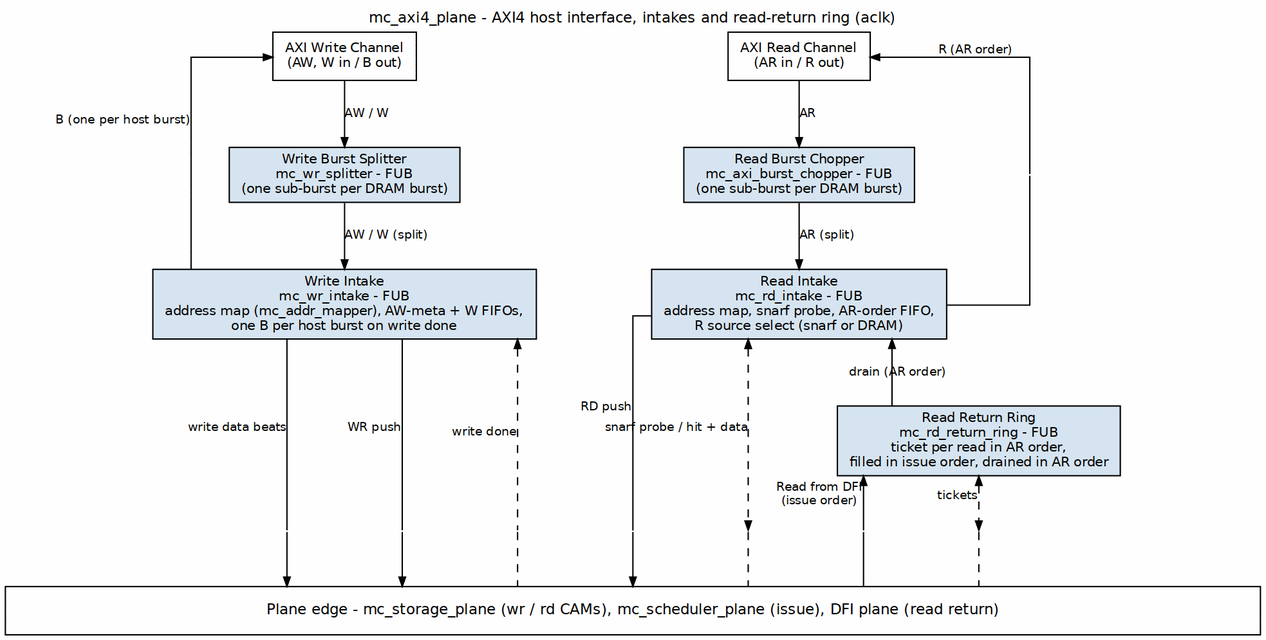
Before: projects/components/mem-ctrl-ip/common-ip/docs/common_mas/assets/graphviz/01_mc_axi4_plane.png, a diagram exported from Graphviz (sean-galloway/RTLDesignSherpa). Its source is kept beside it as projects/components/mem-ctrl-ip/common-ip/docs/common_mas/assets/graphviz/01_mc_axi4_plane.dot.
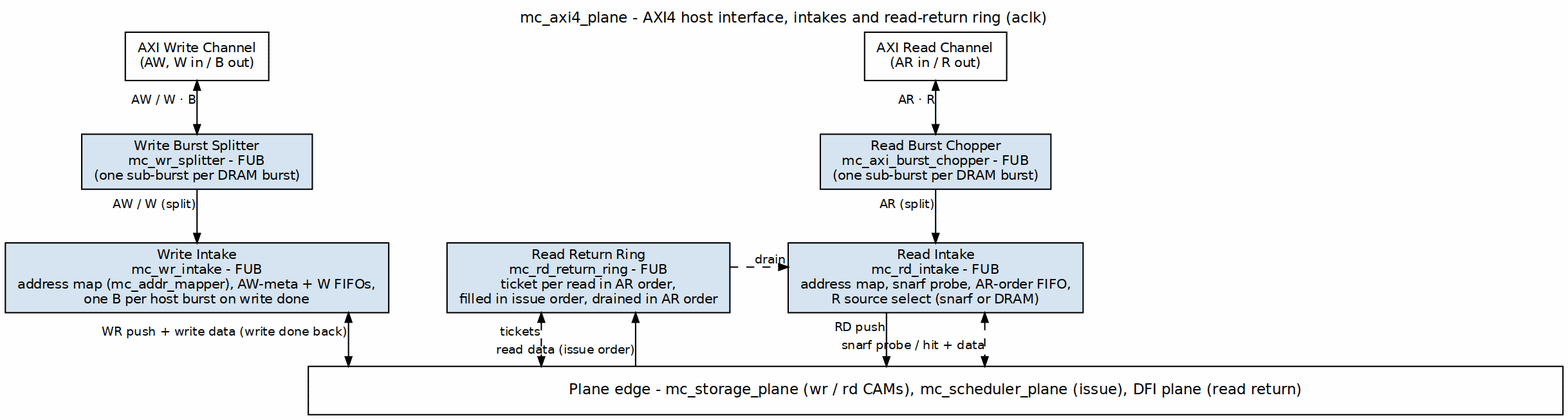
Above is the later version.

Diff of the diagram source:
```diff
@@ -21,42 +21,24 @@
     bar [label="Plane edge - mc_storage_plane (wr / rd CAMs), mc_scheduler_plane (issue), DFI plane (read return)",
          fillcolor="white", width=13, height=0.5, fontsize=11];
 
-    node [shape=point, width=0.01, height=0.01, label="", style=invis];
-    x_wd; x_wc; x_done; x_rc; x_sn; x_tk; x_rd; p_r;
-    node [shape=box, style=filled];
+    axi_wr   -> wr_split  [dir=both, xlabel="AW / W · B"];
+    wr_split -> wr_intake [xlabel="AW / W (split)"];
+    axi_rd   -> rd_chop   [dir=both, xlabel="AR · R"];
+    rd_chop  -> rd_intake [xlabel="AR (split)"];
 
-    axi_wr   -> wr_split  [label="AW / W"];
-    wr_split -> wr_intake [label="AW / W (split)"];
-    wr_intake -> axi_wr   [xlabel="B (one per host burst)", constraint=false];
-    axi_rd   -> rd_chop   [label="AR"];
-    rd_chop  -> rd_intake [label="AR (split)"];
+    wr_intake -> bar [dir=both, xlabel="WR push + write data (write done back)"];
 
-    wr_intake -> x_wd   [dir=none, xlabel="write data beats"];
-    x_wd      -> bar;
-    wr_intake -> x_wc   [dir=none, xlabel="WR push"];
-    x_wc      -> bar;
-    wr_intake -> x_done [dir=back, style=dashed, xlabel="write done"];
-    x_done    -> bar    [dir=none, style=dashed];
+    rd_intake -> bar [xlabel="RD push"];
+    rd_intake -> bar [dir=both, style=dashed, xlabel="snarf probe / hit + data"];
 
-    rd_intake -> x_rc   [dir=none, xlabel="RD push"];
-    x_rc      -> bar;
-    rd_intake -> x_sn   [dir=both, style=dashed, xlabel="snarf probe / hit + data"];
-    x_sn      -> bar    [dir=none, style=dashed];
-
-    ring -> x_tk [dir=both, style=dashed, xlabel="tickets"];
-    x_tk -> bar  [dir=none, style=dashed];
-    ring -> x_rd [dir=back, xlabel="Read from DFI\n(issue order)"];
-    x_rd -> bar  [dir=none];
-    rd_intake -> ring [dir=back, label="drain (AR order)"];
-    axi_rd -> p_r [dir=back, xlabel="R (AR order)"];
-    p_r -> rd_intake [dir=none];
+    bar  -> ring [constraint=false, xlabel="read data (issue order)"];
+    ring -> bar  [dir=both, constraint=false, style=dashed, xlabel="tickets"];
+    ring -> rd_intake [constraint=false, style=dashed, xlabel="drain"];
 
     { rank=same; axi_wr; axi_rd; }
-    { rank=same; wr_split; rd_chop; p_r; }
-    { rank=same; wr_intake; rd_intake; }
-    { rank=same; x_wd; x_wc; x_done; x_rc; x_sn; x_tk; x_rd; }
-    x_wd -> x_wc -> x_done -> x_rc -> x_sn -> x_rd -> x_tk [style=invis];
+    { rank=same; wr_split; rd_chop; }
+    { rank=same; wr_intake; ring; rd_intake; }
     axi_wr -> axi_rd [style=invis];
-    wr_split -> rd_chop -> p_r [style=invis];
-    wr_intake -> rd_intake [style=invis];
+    wr_split -> rd_chop [style=invis];
+    wr_intake -> ring -> rd_intake [style=invis];
 }
```
